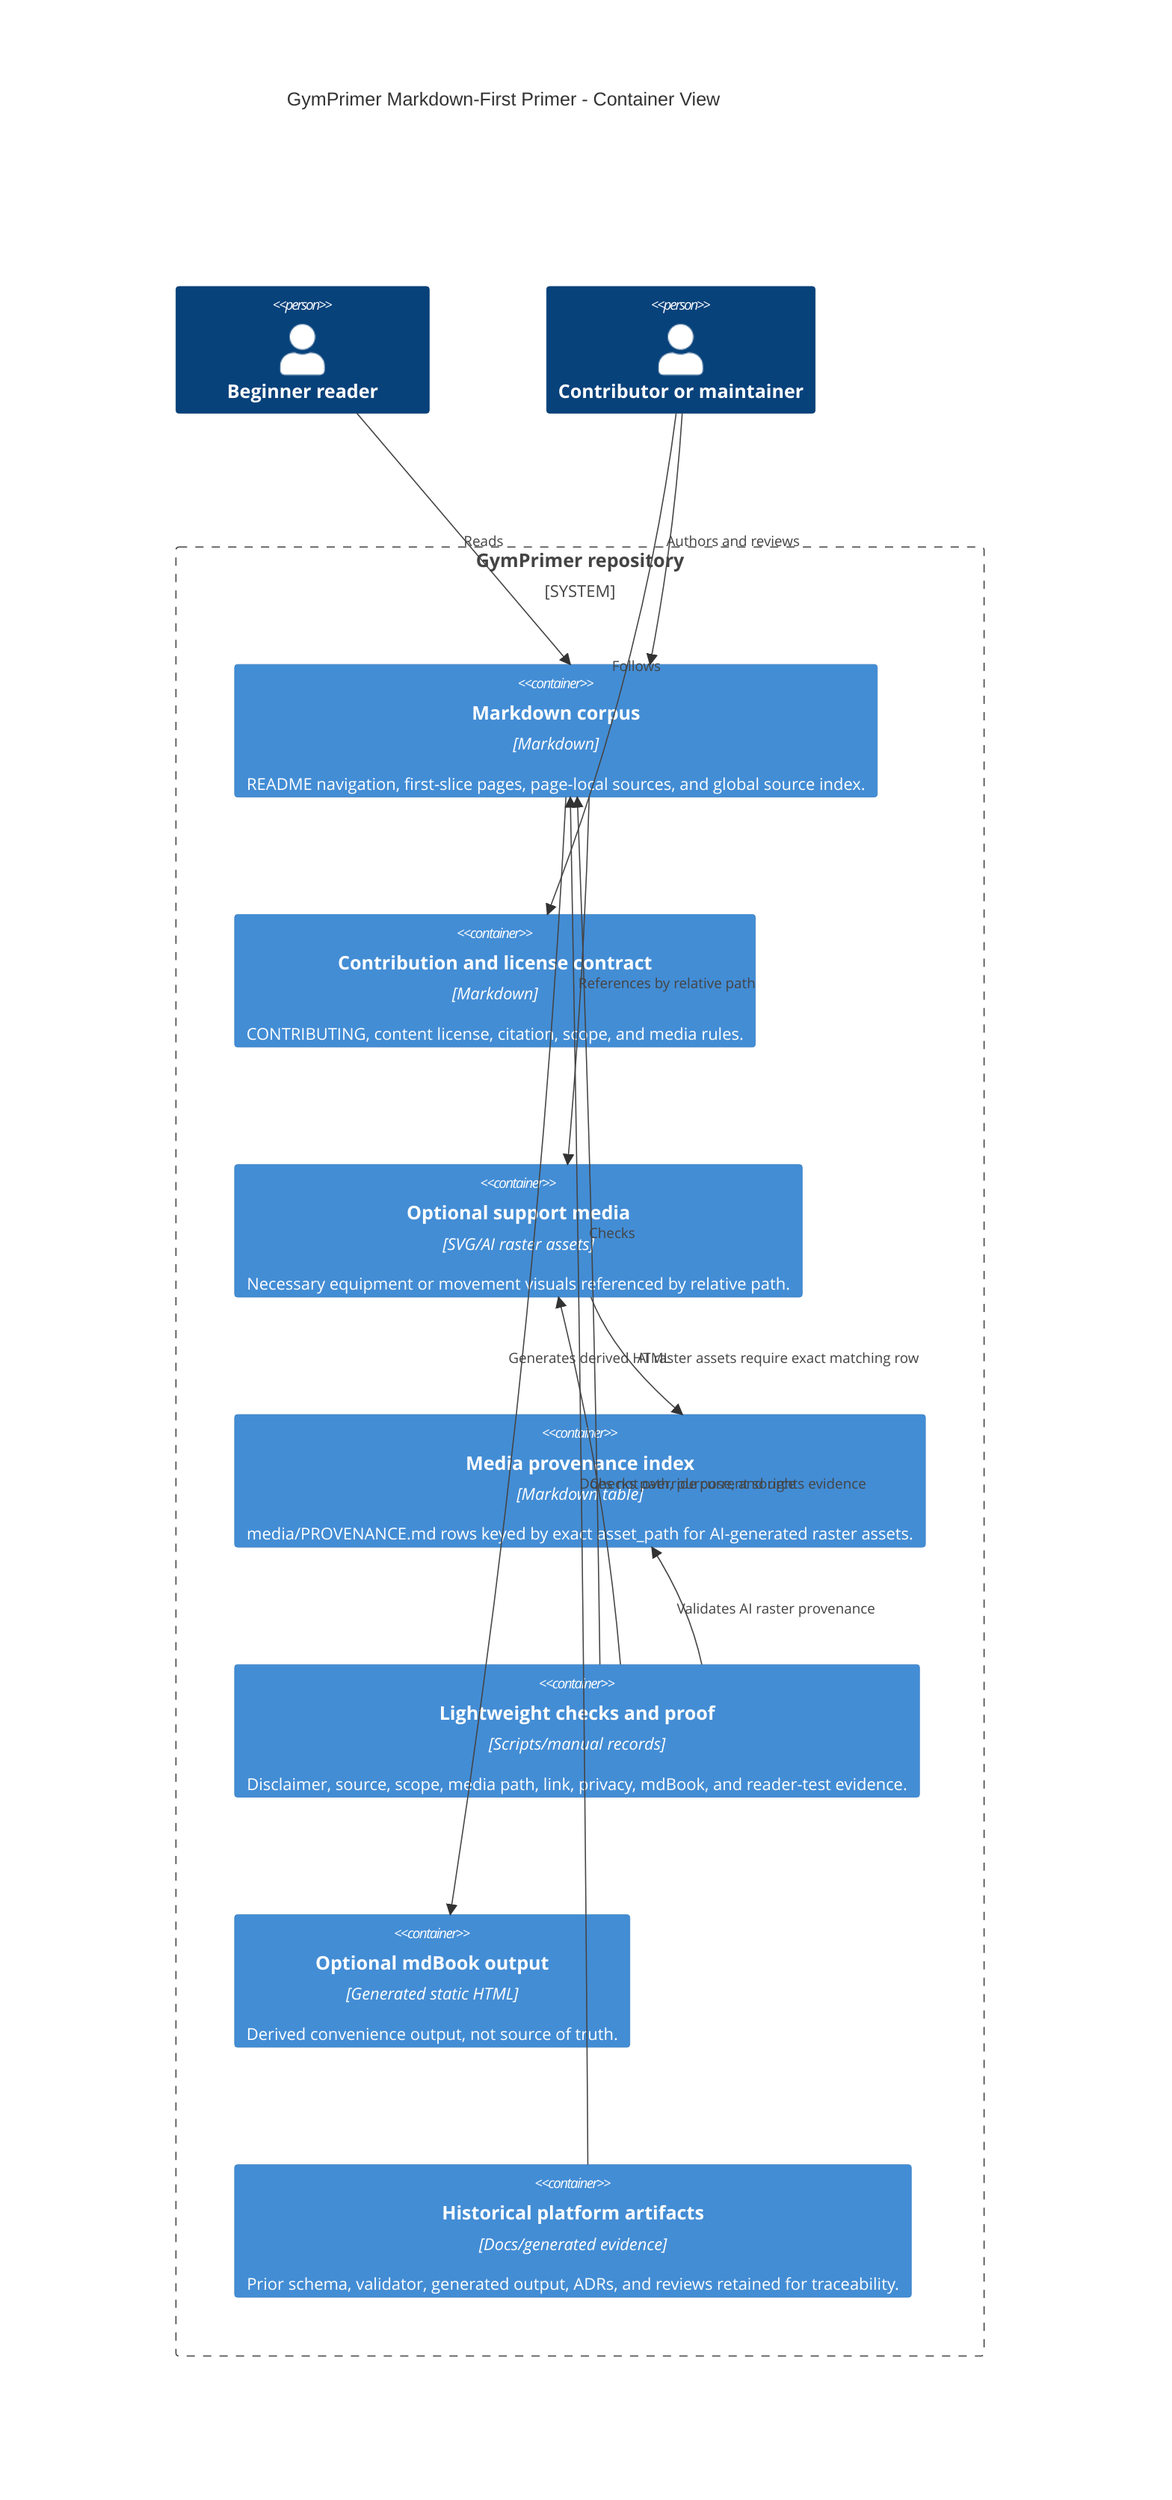
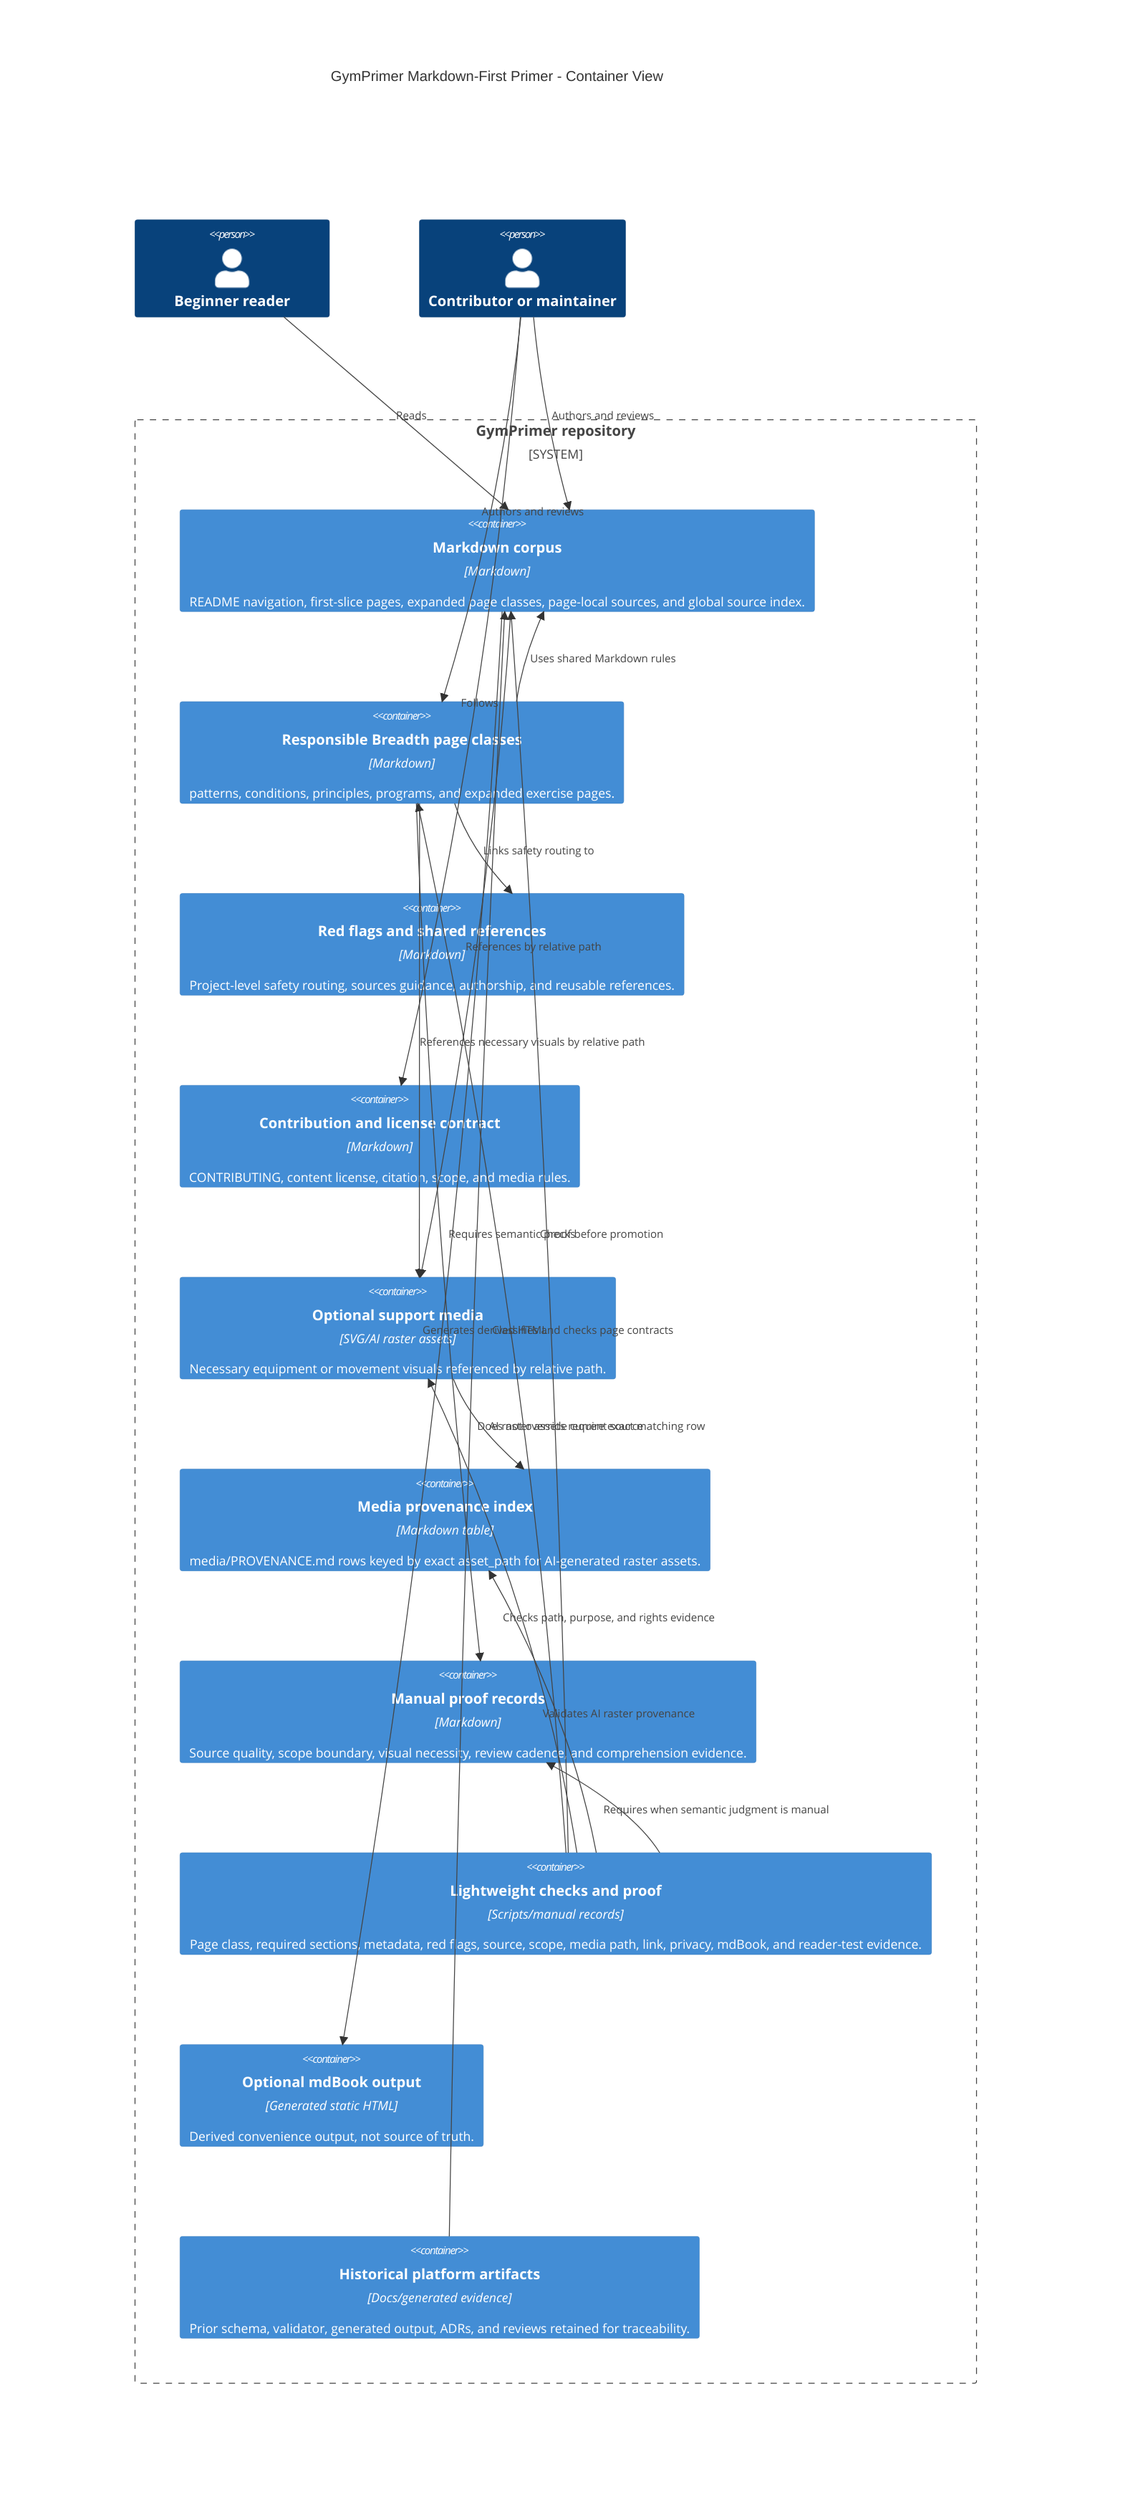
C4Container
  title GymPrimer Markdown-First Primer - Container View

  Person(beginner, "Beginner reader")
  Person(contributor, "Contributor or maintainer")

  System_Boundary(repo, "GymPrimer repository") {
-     Container(markdown, "Markdown corpus", "Markdown", "README navigation, first-slice pages, page-local sources, and global source index.")
+     Container(markdown, "Markdown corpus", "Markdown", "README navigation, first-slice pages, expanded page classes, page-local sources, and global source index.")
+     Container(expanded, "Responsible Breadth page classes", "Markdown", "patterns, conditions, principles, programs, and expanded exercise pages.")
+     Container(redflags, "Red flags and shared references", "Markdown", "Project-level safety routing, sources guidance, authorship, and reusable references.")
    Container(contrib, "Contribution and license contract", "Markdown", "CONTRIBUTING, content license, citation, scope, and media rules.")
    Container(media, "Optional support media", "SVG/AI raster assets", "Necessary equipment or movement visuals referenced by relative path.")
    Container(provenance, "Media provenance index", "Markdown table", "media/PROVENANCE.md rows keyed by exact asset_path for AI-generated raster assets.")
-     Container(checks, "Lightweight checks and proof", "Scripts/manual records", "Disclaimer, source, scope, media path, link, privacy, mdBook, and reader-test evidence.")
+     Container(proof, "Manual proof records", "Markdown", "Source quality, scope boundary, visual necessity, review cadence, and comprehension evidence.")
+     Container(checks, "Lightweight checks and proof", "Scripts/manual records", "Page class, required sections, metadata, red flags, source, scope, media path, link, privacy, mdBook, and reader-test evidence.")
    Container(book, "Optional mdBook output", "Generated static HTML", "Derived convenience output, not source of truth.")
    Container(history, "Historical platform artifacts", "Docs/generated evidence", "Prior schema, validator, generated output, ADRs, and reviews retained for traceability.")
  }

  Rel(beginner, markdown, "Reads")
  Rel(contributor, markdown, "Authors and reviews")
+   Rel(contributor, expanded, "Authors and reviews")
+   Rel(expanded, redflags, "Links safety routing to")
+   Rel(expanded, markdown, "Uses shared Markdown rules")
+   Rel(expanded, proof, "Requires semantic proof before promotion")
  Rel(contributor, contrib, "Follows")
  Rel(markdown, media, "References by relative path")
+   Rel(expanded, media, "References necessary visuals by relative path")
  Rel(checks, provenance, "Validates AI raster provenance")
  Rel(checks, markdown, "Checks")
+   Rel(checks, expanded, "Classifies and checks page contracts")
+   Rel(checks, proof, "Requires when semantic judgment is manual")
  Rel(checks, media, "Checks path, purpose, and rights evidence")
  Rel(media, provenance, "AI raster assets require exact matching row")
  Rel(markdown, book, "Generates derived HTML")
  Rel(history, markdown, "Does not override current source")
